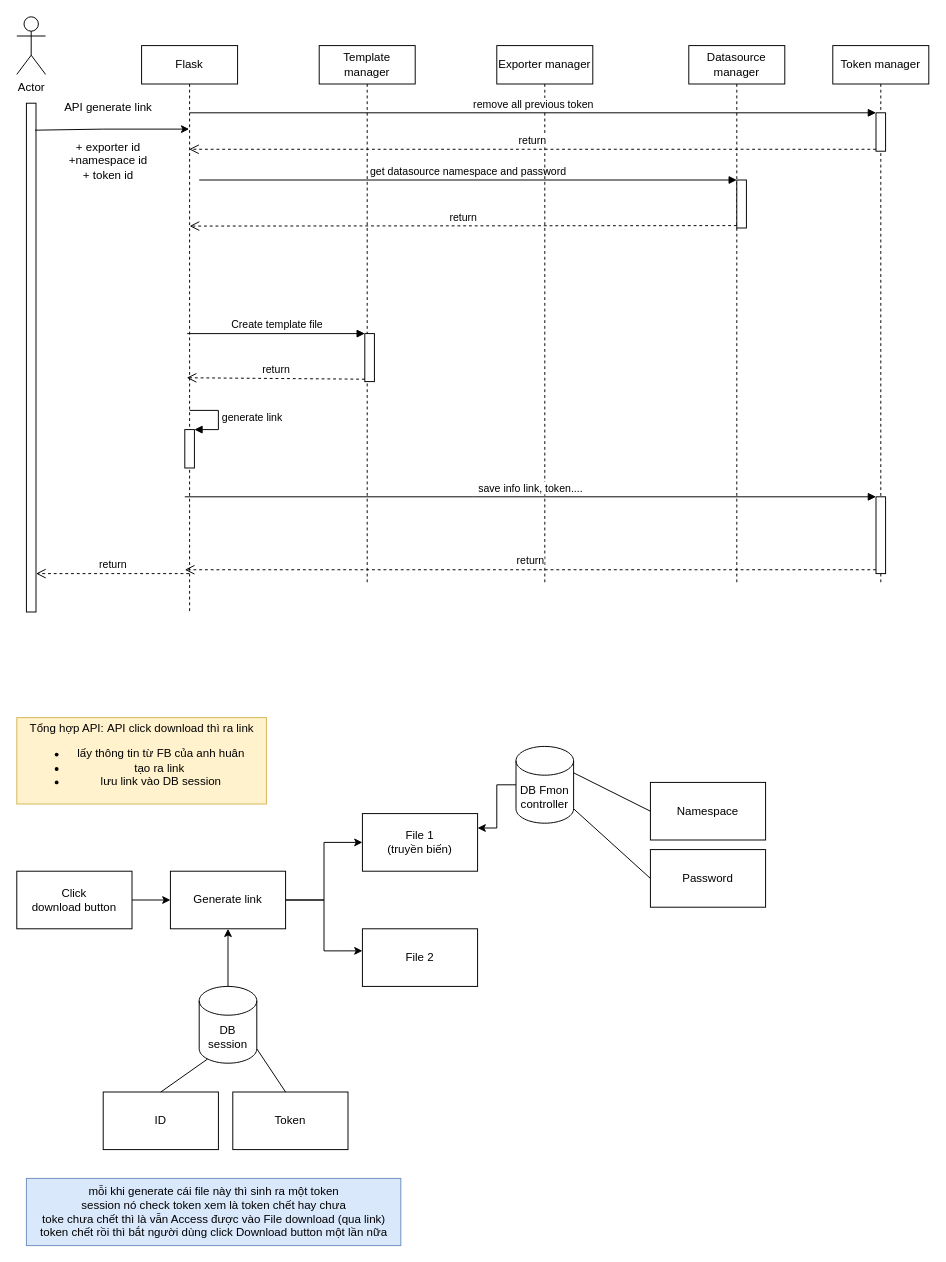
Before: page "API generate link" (1 of 4) of Download install script.drawio in AlicasticAnhthu/apiflask, a draw.io diagram. Source tidied: cells renumbered, new cells numbered last; positions are measured from the earlier drawing's top-left corner, leaving out a move shared by most shapes. Both pictures are drawn from the tidied source at 96%, with x=0, y=0 at pixel (16, 16).
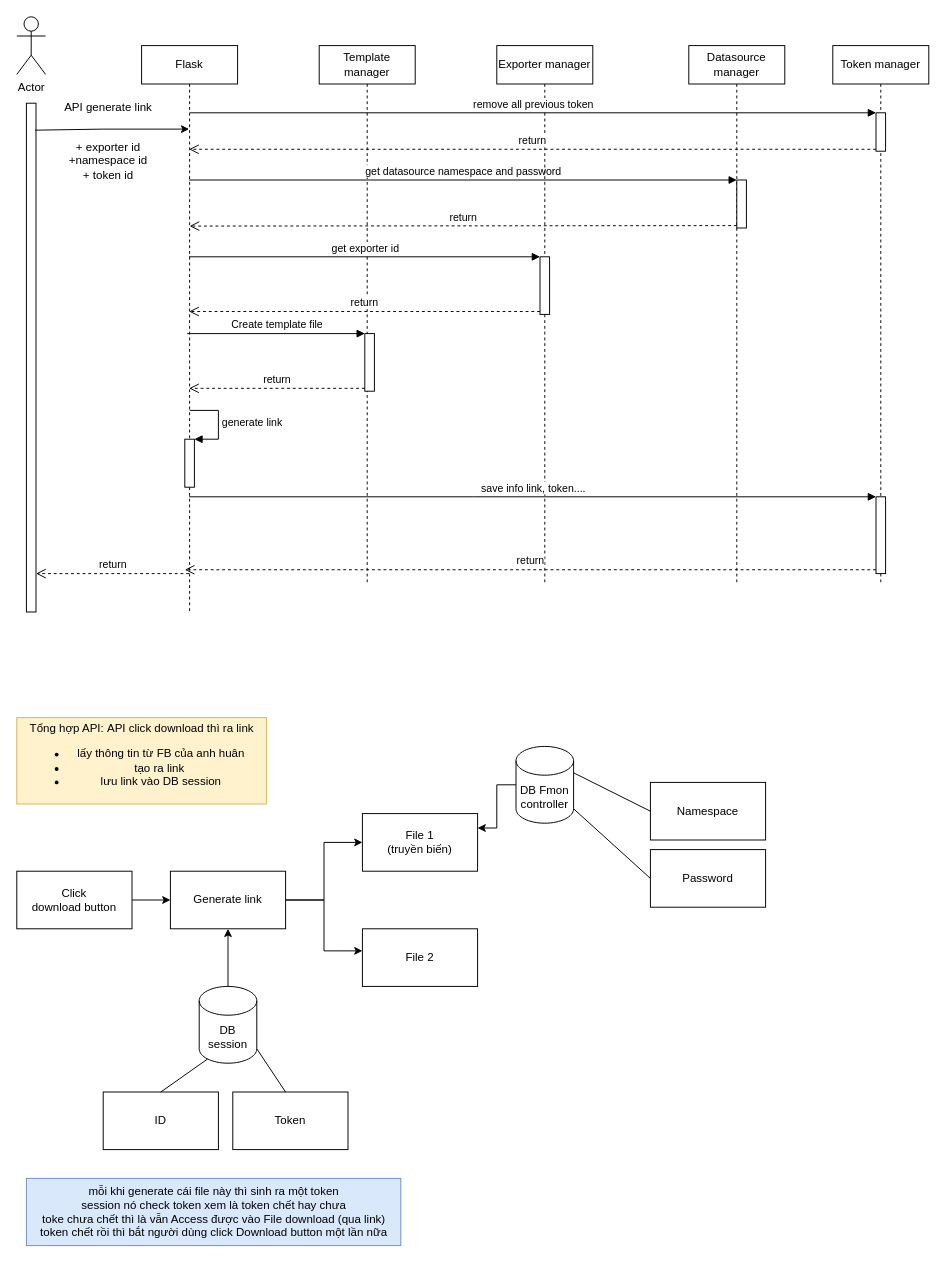
After the change.

Commit message:
API generate link

The change refers to these unchanged cells:
```xml
<mxCell id="3" value="Flask" style="shape=umlLifeline;perimeter=lifelinePerimeter;whiteSpace=wrap;html=1;outlineConnect=0;" parent="1" vertex="1">
  <mxGeometry x="130" y="30" width="100" height="590" as="geometry" />
</mxCell>
<mxCell id="6" value="Template manager" style="shape=umlLifeline;perimeter=lifelinePerimeter;whiteSpace=wrap;html=1;" parent="1" vertex="1">
  <mxGeometry x="315" y="30" width="100" height="560" as="geometry" />
</mxCell>
<mxCell id="9" style="html=1;points=[];perimeter=orthogonalPerimeter;" parent="8" vertex="1">
  <mxGeometry x="50" y="140" width="10" height="50" as="geometry" />
</mxCell>
<mxCell id="32" style="html=1;points=[];perimeter=orthogonalPerimeter;" parent="31" vertex="1">
  <mxGeometry x="45" y="470" width="10" height="80" as="geometry" />
</mxCell>
<mxCell id="37" value="Exporter manager" style="shape=umlLifeline;perimeter=lifelinePerimeter;whiteSpace=wrap;html=1;" parent="1" vertex="1">
  <mxGeometry x="500" y="30" width="100" height="560" as="geometry" />
</mxCell>
```

The edit, as a diff of the source:
```diff
@@
     <mxCell id="4" style="html=1;points=[];perimeter=orthogonalPerimeter;" parent="3" vertex="1">
-      <mxGeometry x="45" y="400" width="10" height="40" as="geometry" />
+      <mxGeometry x="45" y="410" width="10" height="50" as="geometry" />
     </mxCell>
@@
     <mxCell id="7" style="html=1;points=[];perimeter=orthogonalPerimeter;" parent="6" vertex="1">
-      <mxGeometry x="47.5" y="300" width="10" height="50" as="geometry" />
+      <mxGeometry x="47.5" y="300" width="10" height="60" as="geometry" />
     </mxCell>
@@
-    <mxCell id="35" value="get datasource namespace and password" style="html=1;verticalAlign=bottom;endArrow=block;entryX=0;entryY=0;rounded=0;" parent="1" edge="1" target="9">
-      <mxGeometry relative="1" as="geometry">
-        <mxPoint x="190" y="170" as="sourcePoint" />
-      </mxGeometry>
+    <mxCell id="35" value="get datasource namespace and password" style="html=1;verticalAlign=bottom;endArrow=block;entryX=0;entryY=0;rounded=0;" parent="1" edge="1" source="3" target="9">
+      <mxGeometry relative="1" as="geometry" />
     </mxCell>
@@
+    <mxCell id="48" style="html=1;points=[];perimeter=orthogonalPerimeter;" parent="37" vertex="1">
+      <mxGeometry x="45" y="220" width="10" height="60" as="geometry" />
+    </mxCell>
@@
-    <mxCell id="39" value="return" style="html=1;verticalAlign=bottom;endArrow=open;dashed=1;endSize=8;exitX=0;exitY=0.95;rounded=0;" parent="1" edge="1" source="7">
-      <mxGeometry relative="1" as="geometry">
-        <mxPoint x="177" y="376" as="targetPoint" />
-      </mxGeometry>
+    <mxCell id="39" value="return" style="html=1;verticalAlign=bottom;endArrow=open;dashed=1;endSize=8;exitX=0;exitY=0.95;rounded=0;" parent="1" edge="1" source="7" target="3">
+      <mxGeometry relative="1" as="geometry" />
     </mxCell>
-    <mxCell id="40" value="save info link, token...." style="html=1;verticalAlign=bottom;endArrow=block;entryX=0;entryY=0;rounded=0;" parent="1" edge="1" target="32">
+    <mxCell id="40" value="save info link, token...." style="html=1;verticalAlign=bottom;endArrow=block;entryX=0;entryY=0;rounded=0;" parent="1" edge="1" source="3" target="32">
       <mxGeometry relative="1" as="geometry">
-        <mxPoint x="175" y="500" as="sourcePoint" />
         <Array as="points">
           <mxPoint x="475.5" y="500" />
         </Array>
       </mxGeometry>
     </mxCell>
@@
+    <mxCell id="49" value="get exporter id" style="html=1;verticalAlign=bottom;endArrow=block;entryX=0;entryY=0;rounded=0;" parent="1" edge="1" source="3" target="48">
+      <mxGeometry relative="1" as="geometry" />
+    </mxCell>
+    <mxCell id="50" value="return" style="html=1;verticalAlign=bottom;endArrow=open;dashed=1;endSize=8;exitX=0;exitY=0.95;rounded=0;" parent="1" edge="1" source="48" target="3">
+      <mxGeometry relative="1" as="geometry" />
+    </mxCell>
```
